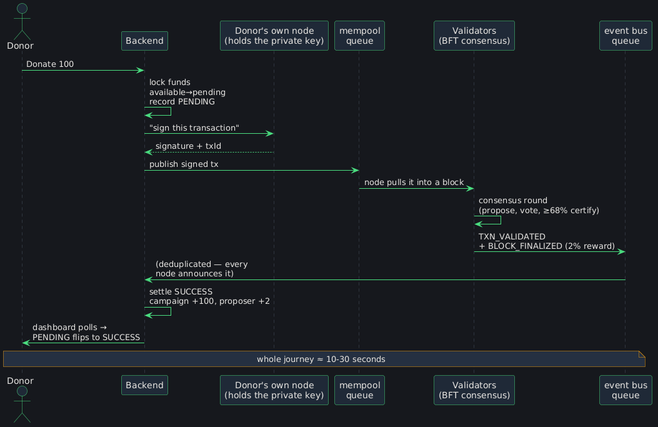
Marcher-D/charity-ledger-monorepo keeps this PlantUML diagram as docs/diagrams/3-donation-sequence.png. Above is the earlier version.
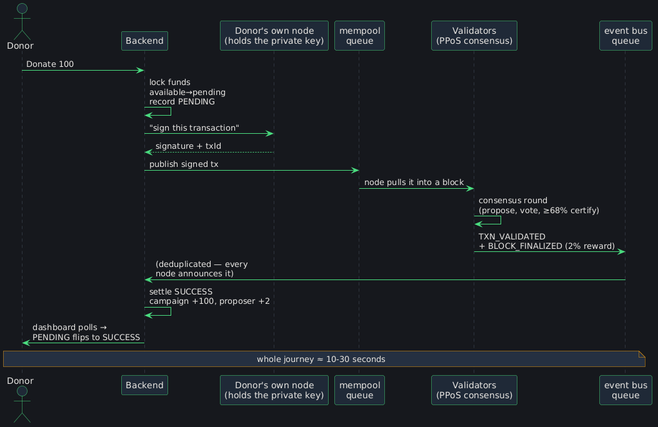
After the commit.

Commit message:
docs: label validators as PPoS consensus in donation diagram

Change to the diagram source:
```diff
@@ -18,7 +18,7 @@
 participant "Backend" as BE
 participant "Donor's own node\n(holds the private key)" as NODE
 participant "mempool\nqueue" as Q1
-participant "Validators\n(BFT consensus)" as VAL
+participant "Validators\n(PPoS consensus)" as VAL
 participant "event bus\nqueue" as Q2
 
 Donor -> BE : Donate 100
```
